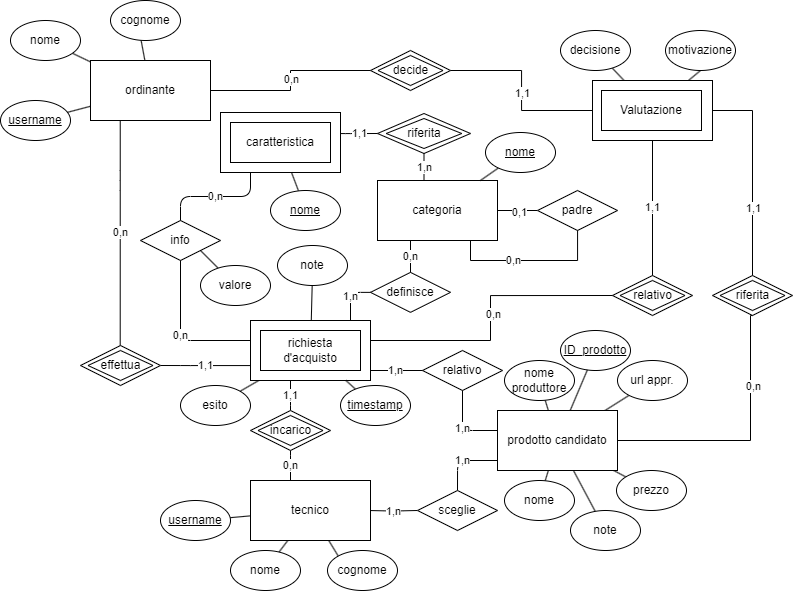
This is assets/ER_ristrutturato.png from StefanoElisio/Progetto-base-di-dati, a draw.io export, as it was before one commit. Source tidied: cells renumbered, new cells last; positions are measured from the earlier drawing's top-left corner, leaving out a move shared by most shapes.
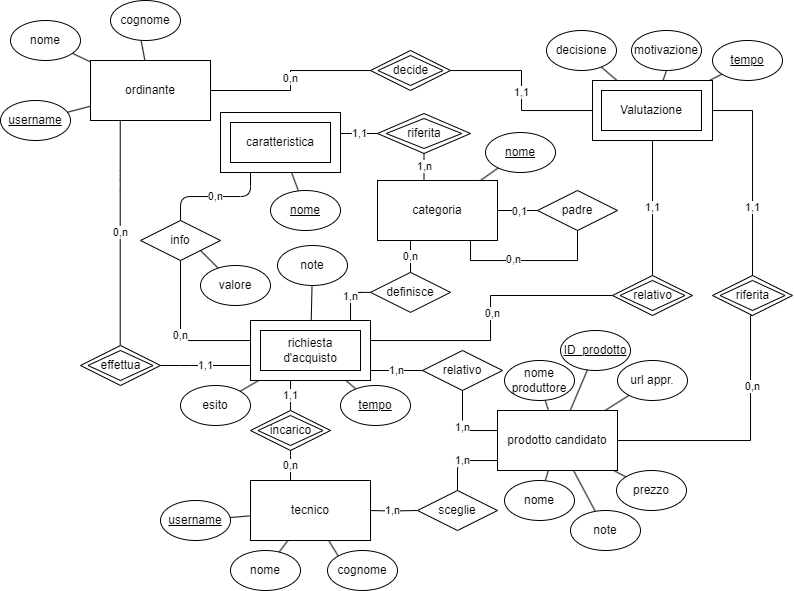
The same diagram one commit later.

The edit, as a diff of the source:
```diff
@@ -142,7 +142,7 @@
       <mxGeometry relative="1" as="geometry" />
     </mxCell>
     <mxCell id="35" value="motivazione" style="ellipse;whiteSpace=wrap;html=1;fontStyle=0;" parent="1" vertex="1">
-      <mxGeometry x="665" y="30" width="70" height="40" as="geometry" />
+      <mxGeometry x="631" y="30" width="70" height="40" as="geometry" />
     </mxCell>
     <mxCell id="36" style="edgeStyle=none;jettySize=auto;html=1;endArrow=none;endFill=0;" parent="1" edge="1" source="39" target="37">
       <mxGeometry relative="1" as="geometry" />
@@ -171,14 +171,14 @@
     <mxCell id="44" style="edgeStyle=none;jettySize=auto;html=1;endArrow=none;endFill=0;" parent="1" edge="1" source="45" target="39">
       <mxGeometry relative="1" as="geometry" />
     </mxCell>
-    <mxCell id="45" value="timestamp" style="ellipse;whiteSpace=wrap;html=1;fontStyle=4;" parent="1" vertex="1">
+    <mxCell id="45" value="tempo" style="ellipse;whiteSpace=wrap;html=1;fontStyle=4;" parent="1" vertex="1">
       <mxGeometry x="340" y="385" width="70" height="40" as="geometry" />
     </mxCell>
     <mxCell id="46" style="edgeStyle=none;jettySize=auto;html=1;endArrow=none;endFill=0;" parent="1" edge="1" source="47" target="91">
       <mxGeometry relative="1" as="geometry" />
     </mxCell>
     <mxCell id="47" value="decisione" style="ellipse;whiteSpace=wrap;html=1;fontStyle=0;" parent="1" vertex="1">
-      <mxGeometry x="560" y="30" width="70" height="40" as="geometry" />
+      <mxGeometry x="546" y="30" width="70" height="40" as="geometry" />
     </mxCell>
     <mxCell id="48" style="group;" parent="1" vertex="1">
       <mxGeometry x="250" y="410" width="80" height="40" as="geometry" />
@@ -428,5 +428,11 @@
     <mxCell id="112" value="0,n" style="edgeLabel;html=1;align=center;verticalAlign=middle;" parent="111" vertex="1">
       <mxGeometry x="-0.02" relative="1" as="geometry" />
     </mxCell>
+    <mxCell id="113" style="rounded=0;jettySize=auto;html=1;endArrow=none;endFill=0;" parent="1" edge="1" source="114" target="91">
+      <mxGeometry relative="1" as="geometry" />
+    </mxCell>
+    <mxCell id="114" value="tempo" style="ellipse;whiteSpace=wrap;html=1;fontStyle=4;" parent="1" vertex="1">
+      <mxGeometry x="712" y="40" width="70" height="40" as="geometry" />
+    </mxCell>
   </root>
 </mxGraphModel>
```
